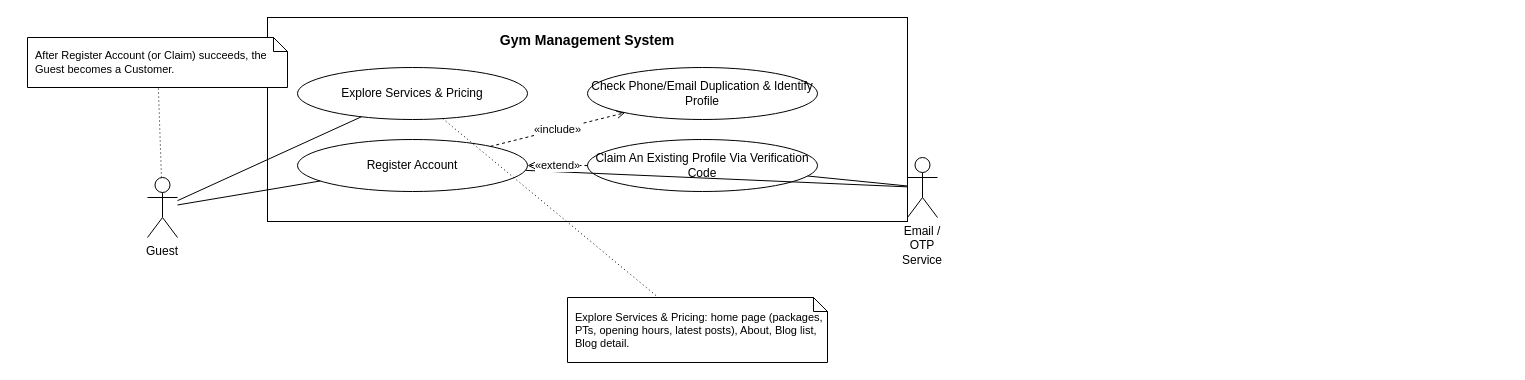
Before: docs/srs-update/uc-diagrams/UC_Guest.drawio in Thomas-luckyclover/gym-management-system, a draw.io diagram. Source tidied: cells renumbered, new cells numbered last; positions are measured from the earlier drawing's top-left corner, leaving out a move shared by most shapes. Both pictures are drawn from the tidied source at 100%, with x=0, y=0 at pixel (27, 17).
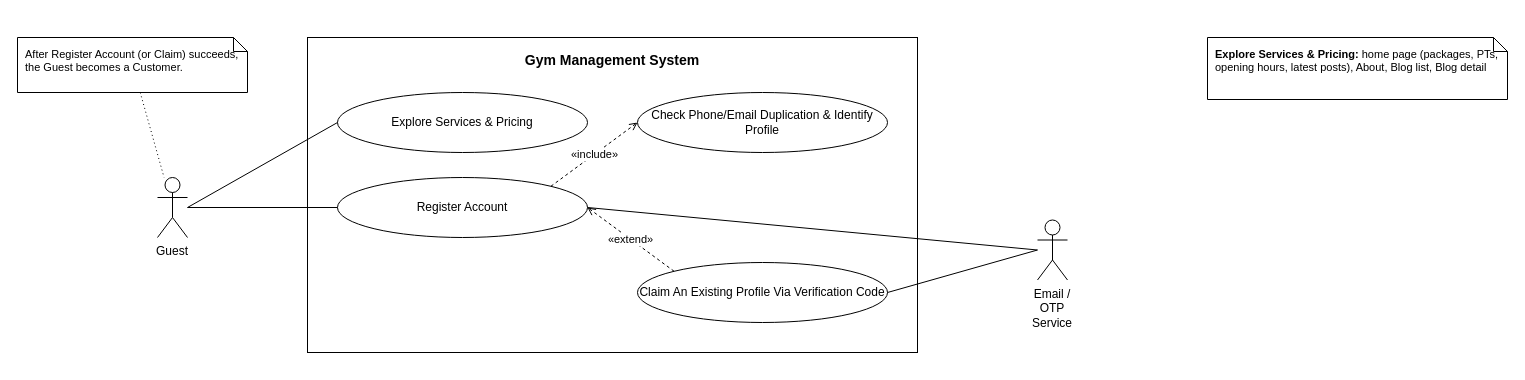
The same diagram, later.

The edit, as a diff of the source:
```diff
@@
 <mxGraphModel background="#FFFFFF">
   <root>
     <mxCell id="0" />
     <mxCell id="1" parent="0" />
     <mxCell id="2" value="Gym Management System" style="rounded=0;whiteSpace=wrap;html=1;fillColor=#FFFFFF;strokeColor=#000000;verticalAlign=top;align=center;fontStyle=1;spacingTop=8;fontFamily=Helvetica;fontSize=14;" parent="1" vertex="1">
-      <mxGeometry x="240" width="640" height="204" as="geometry" />
+      <mxGeometry x="280" y="20" width="610" height="315" as="geometry" />
     </mxCell>
     <mxCell id="3" value="Explore Services &amp; Pricing" style="ellipse;whiteSpace=wrap;html=1;fillColor=#FFFFFF;strokeColor=#000000;fontFamily=Helvetica;fontSize=12;" parent="1" vertex="1">
-      <mxGeometry x="270" y="50" width="230" height="52" as="geometry" />
+      <mxGeometry x="310" y="75" width="250" height="60" as="geometry" />
     </mxCell>
     <mxCell id="4" value="Register Account" style="ellipse;whiteSpace=wrap;html=1;fillColor=#FFFFFF;strokeColor=#000000;fontFamily=Helvetica;fontSize=12;" parent="1" vertex="1">
-      <mxGeometry x="270" y="122" width="230" height="52" as="geometry" />
+      <mxGeometry x="310" y="160" width="250" height="60" as="geometry" />
     </mxCell>
     <mxCell id="5" value="Check Phone/Email Duplication &amp; Identify Profile" style="ellipse;whiteSpace=wrap;html=1;fillColor=#FFFFFF;strokeColor=#000000;fontFamily=Helvetica;fontSize=12;" parent="1" vertex="1">
-      <mxGeometry x="560" y="50" width="230" height="52" as="geometry" />
+      <mxGeometry x="610" y="75" width="250" height="60" as="geometry" />
     </mxCell>
     <mxCell id="6" value="Claim An Existing Profile Via Verification Code" style="ellipse;whiteSpace=wrap;html=1;fillColor=#FFFFFF;strokeColor=#000000;fontFamily=Helvetica;fontSize=12;" parent="1" vertex="1">
-      <mxGeometry x="560" y="122" width="230" height="52" as="geometry" />
+      <mxGeometry x="610" y="245" width="250" height="60" as="geometry" />
     </mxCell>
     <mxCell id="7" value="Guest" style="shape=umlActor;verticalLabelPosition=bottom;verticalAlign=top;html=1;outlineConnect=0;fillColor=#FFFFFF;strokeColor=#000000;whiteSpace=wrap;fontFamily=Helvetica;fontSize=12;" parent="1" vertex="1">
-      <mxGeometry x="120" y="160" width="30" height="60" as="geometry" />
+      <mxGeometry x="130" y="160" width="30" height="60" as="geometry" />
     </mxCell>
     <mxCell id="8" value="Email / OTP Service" style="shape=umlActor;verticalLabelPosition=bottom;verticalAlign=top;html=1;outlineConnect=0;fillColor=#FFFFFF;strokeColor=#000000;whiteSpace=wrap;fontFamily=Helvetica;fontSize=12;" parent="1" vertex="1">
-      <mxGeometry x="880" y="140" width="30" height="60" as="geometry" />
+      <mxGeometry x="1010" y="202.5" width="30" height="60" as="geometry" />
     </mxCell>
-    <mxCell id="9" value="After Register Account (or Claim) succeeds, the Guest becomes a Customer." style="shape=note;size=14;whiteSpace=wrap;html=1;fillColor=#FFFFFF;strokeColor=#000000;align=left;spacingLeft=6;spacingRight=4;fontFamily=Helvetica;fontSize=11;" parent="1" vertex="1">
-      <mxGeometry y="20" width="260" height="50" as="geometry" />
-    </mxCell>
-    <mxCell id="10" style="html=1;rounded=0;strokeColor=#000000;endArrow=none;dashed=1;dashPattern=1 3;" parent="1" edge="1" source="7" target="9">
-      <mxGeometry relative="1" as="geometry" />
-    </mxCell>
-    <mxCell id="11" value="Explore Services &amp; Pricing: home page (packages, PTs, opening hours, latest posts), About, Blog list, Blog detail." style="shape=note;size=14;whiteSpace=wrap;html=1;fillColor=#FFFFFF;strokeColor=#000000;align=left;spacingLeft=6;spacingRight=4;fontFamily=Helvetica;fontSize=11;" parent="1" vertex="1">
-      <mxGeometry x="540" y="280" width="260" height="65" as="geometry" />
-    </mxCell>
-    <mxCell id="12" style="html=1;rounded=0;strokeColor=#000000;endArrow=none;dashed=1;dashPattern=1 3;" parent="1" edge="1" source="3" target="11">
-      <mxGeometry relative="1" as="geometry" />
-    </mxCell>
-    <mxCell id="13" style="html=1;rounded=0;strokeColor=#000000;endArrow=none;" parent="1" edge="1" source="7" target="3">
+    <mxCell id="13" style="html=1;rounded=0;strokeColor=#000000;endArrow=none;exitX=1;exitY=0.5;exitDx=0;exitDy=0;entryX=0;entryY=0.5;entryDx=0;entryDy=0;" parent="1" edge="1" source="7" target="3">
       <mxGeometry relative="1" as="geometry" />
     </mxCell>
-    <mxCell id="14" style="html=1;rounded=0;strokeColor=#000000;endArrow=none;" parent="1" edge="1" source="7" target="4">
+    <mxCell id="14" style="html=1;rounded=0;strokeColor=#000000;endArrow=none;exitX=1;exitY=0.5;exitDx=0;exitDy=0;entryX=0;entryY=0.5;entryDx=0;entryDy=0;" parent="1" edge="1" source="7" target="4">
       <mxGeometry relative="1" as="geometry" />
     </mxCell>
-    <mxCell id="15" style="html=1;rounded=0;strokeColor=#000000;endArrow=none;" parent="1" edge="1" source="8" target="4">
+    <mxCell id="15" style="html=1;rounded=0;strokeColor=#000000;endArrow=none;exitX=0;exitY=0.5;exitDx=0;exitDy=0;entryX=1;entryY=0.5;entryDx=0;entryDy=0;" parent="1" edge="1" source="8" target="4">
       <mxGeometry relative="1" as="geometry" />
     </mxCell>
-    <mxCell id="16" style="html=1;rounded=0;strokeColor=#000000;endArrow=none;" parent="1" edge="1" source="8" target="6">
+    <mxCell id="16" style="html=1;rounded=0;strokeColor=#000000;endArrow=none;exitX=0;exitY=0.5;exitDx=0;exitDy=0;entryX=1;entryY=0.5;entryDx=0;entryDy=0;" parent="1" edge="1" source="8" target="6">
       <mxGeometry relative="1" as="geometry" />
     </mxCell>
-    <mxCell id="17" value="«include»" style="html=1;rounded=0;strokeColor=#000000;endArrow=open;endFill=0;dashed=1;labelBackgroundColor=#FFFFFF;fontFamily=Helvetica;fontSize=11;" parent="1" edge="1" source="4" target="5">
+    <mxCell id="17" value="«include»" style="html=1;rounded=0;strokeColor=#000000;endArrow=open;endFill=0;dashed=1;labelBackgroundColor=#FFFFFF;fontFamily=Helvetica;fontSize=11;exitX=1;exitY=0;exitDx=0;exitDy=0;entryX=0;entryY=0.5;entryDx=0;entryDy=0;" parent="1" edge="1" source="4" target="5">
       <mxGeometry relative="1" as="geometry" />
     </mxCell>
-    <mxCell id="18" value="«extend»" style="html=1;rounded=0;strokeColor=#000000;endArrow=open;endFill=0;dashed=1;labelBackgroundColor=#FFFFFF;fontFamily=Helvetica;fontSize=11;" parent="1" edge="1" source="6" target="4">
+    <mxCell id="18" value="«extend»" style="html=1;rounded=0;strokeColor=#000000;endArrow=open;endFill=0;dashed=1;labelBackgroundColor=#FFFFFF;fontFamily=Helvetica;fontSize=11;exitX=0;exitY=0;exitDx=0;exitDy=0;entryX=1;entryY=0.5;entryDx=0;entryDy=0;" parent="1" edge="1" source="6" target="4">
       <mxGeometry relative="1" as="geometry" />
     </mxCell>
+    <mxCell id="19" value="&lt;b&gt;Explore Services &amp; Pricing:&lt;/b&gt; home page (packages, PTs, opening hours, latest posts), About, Blog list, Blog detail" style="shape=note;size=14;whiteSpace=wrap;html=1;fillColor=#FFFFFF;strokeColor=#000000;align=left;verticalAlign=top;spacingLeft=6;spacingRight=6;spacingTop=4;fontFamily=Helvetica;fontSize=11;" parent="1" vertex="1">
+      <mxGeometry x="1180" y="20" width="300" height="62" as="geometry" />
+    </mxCell>
+    <mxCell id="9" value="After Register Account (or Claim) succeeds, the Guest becomes a Customer." style="shape=note;size=14;whiteSpace=wrap;html=1;fillColor=#FFFFFF;strokeColor=#000000;align=left;verticalAlign=top;spacingLeft=6;spacingRight=6;spacingTop=4;fontFamily=Helvetica;fontSize=11;" parent="1" vertex="1">
+      <mxGeometry x="-10" y="20" width="230" height="55" as="geometry" />
+    </mxCell>
+    <mxCell id="20" style="html=1;rounded=0;strokeColor=#000000;endArrow=none;dashed=1;dashPattern=1 3;" parent="1" edge="1" source="9" target="7">
+      <mxGeometry relative="1" as="geometry" />
+    </mxCell>
   </root>
 </mxGraphModel>
```
